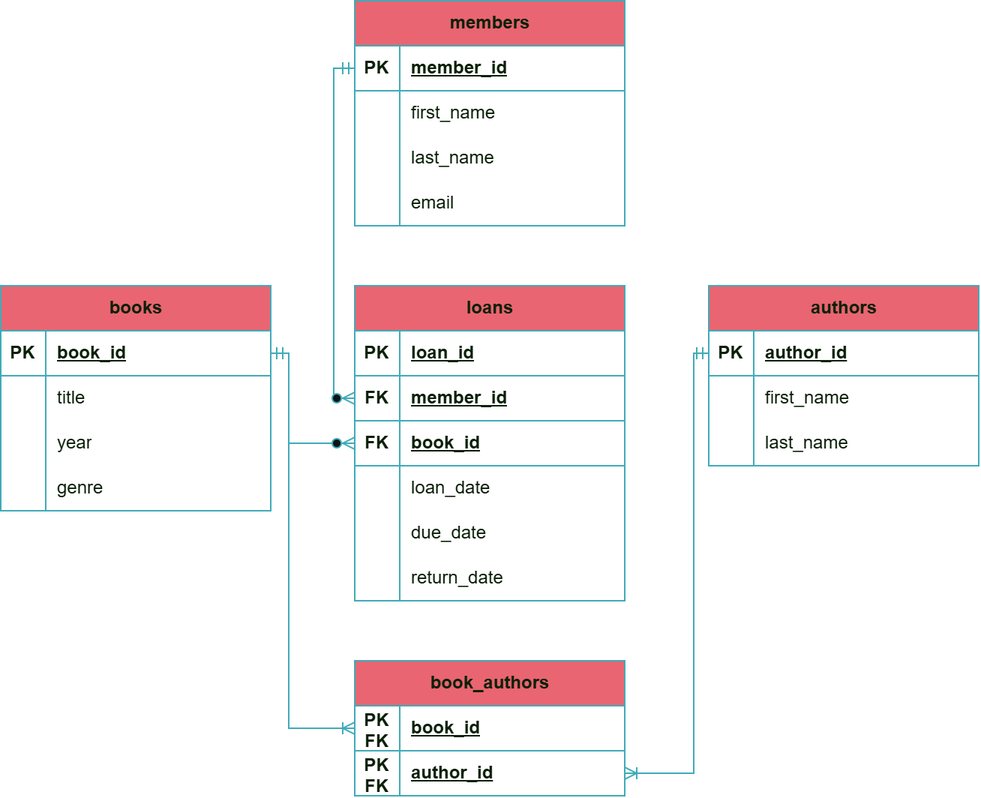
The draw.io diagram docs/er-diagram.png in gmoraleslondono/book-club-library, before a commit. Source tidied: cells renumbered, new cells last; positions are measured from the earlier drawing's top-left corner, leaving out a move shared by most shapes.
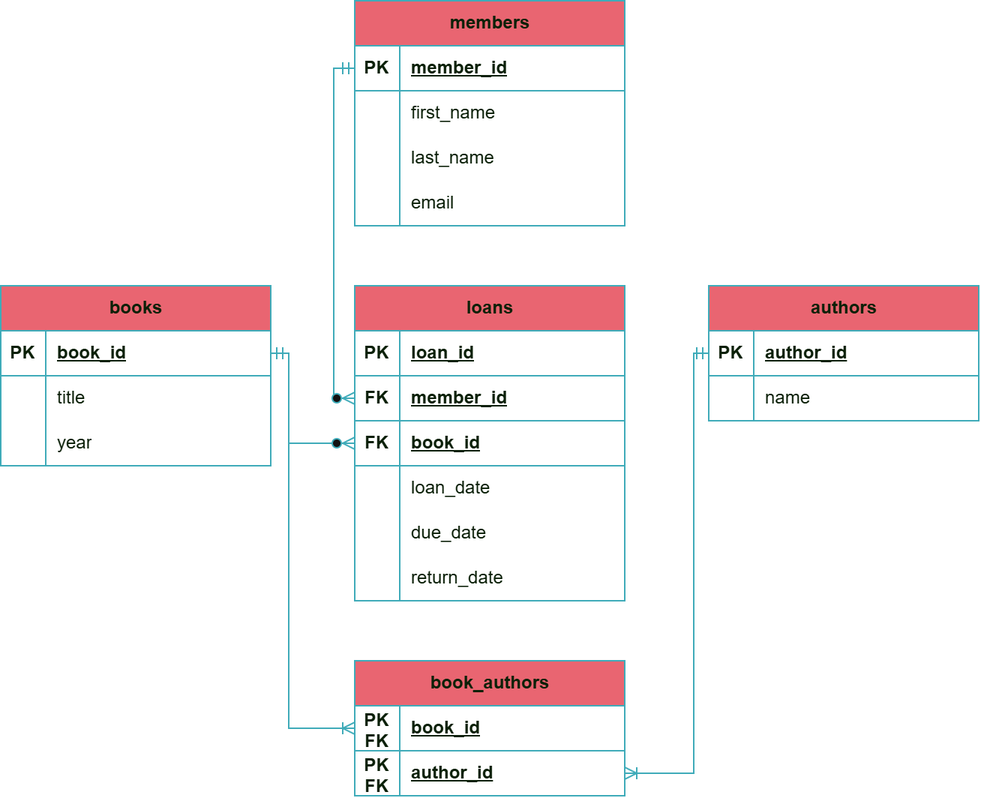
After the change.

Commit message:
Remove genre from books, merge author first_name and last_name into name in schema, seed and ER diagram

Diff of the diagram source:
```diff
@@ -3,7 +3,7 @@
     <mxCell id="0" />
     <mxCell id="1" parent="0" />
     <mxCell id="2" value="books" style="shape=table;startSize=30;rowLines=0;fontStyle=1;align=center;html=1;labelBackgroundColor=none;fillColor=#F45B69;strokeColor=#028090;fontColor=#E4FDE1;" parent="1" vertex="1">
-      <mxGeometry y="190" width="180" height="150" as="geometry" />
+      <mxGeometry y="190" width="180" height="120" as="geometry" />
     </mxCell>
     <mxCell id="3" style="shape=tableRow;horizontal=0;startSize=0;swimlaneHead=0;swimlaneBody=0;fillColor=none;points=[[0,0.5],[1,0.5]];portConstraint=eastwest;top=0;left=0;right=0;bottom=1;labelBackgroundColor=none;strokeColor=#028090;fontColor=#E4FDE1;" parent="2" vertex="1">
       <mxGeometry y="30" width="180" height="30" as="geometry" />
@@ -32,15 +32,6 @@
     <mxCell id="11" value="year" style="shape=partialRectangle;fillColor=none;top=0;left=0;bottom=0;right=0;align=left;spacingLeft=6;overflow=hidden;whiteSpace=wrap;html=1;labelBackgroundColor=none;strokeColor=#028090;fontColor=#E4FDE1;" parent="9" vertex="1">
       <mxGeometry x="30" width="150" height="30" as="geometry" />
     </mxCell>
-    <mxCell id="12" style="shape=tableRow;horizontal=0;startSize=0;swimlaneHead=0;swimlaneBody=0;fillColor=none;top=0;left=0;right=0;bottom=0;labelBackgroundColor=none;strokeColor=#028090;fontColor=#E4FDE1;" parent="2" vertex="1">
-      <mxGeometry y="120" width="180" height="30" as="geometry" />
-    </mxCell>
-    <mxCell id="13" style="shape=partialRectangle;fillColor=none;top=0;left=0;bottom=0;right=0;overflow=hidden;whiteSpace=wrap;html=1;labelBackgroundColor=none;strokeColor=#028090;fontColor=#E4FDE1;" parent="12" vertex="1">
-      <mxGeometry width="30" height="30" as="geometry" />
-    </mxCell>
-    <mxCell id="14" value="genre" style="shape=partialRectangle;fillColor=none;top=0;left=0;bottom=0;right=0;align=left;spacingLeft=6;overflow=hidden;whiteSpace=wrap;html=1;labelBackgroundColor=none;strokeColor=#028090;fontColor=#E4FDE1;" parent="12" vertex="1">
-      <mxGeometry x="30" width="150" height="30" as="geometry" />
-    </mxCell>
     <mxCell id="15" value="members" style="shape=table;startSize=30;rowLines=0;fontStyle=1;align=center;html=1;labelBackgroundColor=none;fillColor=#F45B69;strokeColor=#028090;fontColor=#E4FDE1;" parent="1" vertex="1">
       <mxGeometry x="236" width="180" height="150" as="geometry" />
     </mxCell>
@@ -159,7 +150,7 @@
       <mxGeometry x="30" width="150" height="30" as="geometry" />
     </mxCell>
     <mxCell id="54" value="authors" style="shape=table;startSize=30;rowLines=0;fontStyle=1;align=center;html=1;labelBackgroundColor=none;fillColor=#F45B69;strokeColor=#028090;fontColor=#E4FDE1;" parent="1" vertex="1">
-      <mxGeometry x="472" y="190" width="180" height="120" as="geometry" />
+      <mxGeometry x="472" y="190" width="180" height="90" as="geometry" />
     </mxCell>
     <mxCell id="55" style="shape=tableRow;horizontal=0;startSize=0;swimlaneHead=0;swimlaneBody=0;fillColor=none;points=[[0,0.5],[1,0.5]];portConstraint=eastwest;top=0;left=0;right=0;bottom=1;labelBackgroundColor=none;strokeColor=#028090;fontColor=#E4FDE1;" parent="54" vertex="1">
       <mxGeometry y="30" width="180" height="30" as="geometry" />
@@ -176,18 +167,9 @@
     <mxCell id="59" style="shape=partialRectangle;fillColor=none;top=0;left=0;bottom=0;right=0;overflow=hidden;whiteSpace=wrap;html=1;labelBackgroundColor=none;strokeColor=#028090;fontColor=#E4FDE1;" parent="58" vertex="1">
       <mxGeometry width="30" height="30" as="geometry" />
     </mxCell>
-    <mxCell id="60" value="first_name" style="shape=partialRectangle;fillColor=none;top=0;left=0;bottom=0;right=0;align=left;spacingLeft=6;overflow=hidden;whiteSpace=wrap;html=1;labelBackgroundColor=none;strokeColor=#028090;fontColor=#E4FDE1;" parent="58" vertex="1">
+    <mxCell id="60" value="name" style="shape=partialRectangle;fillColor=none;top=0;left=0;bottom=0;right=0;align=left;spacingLeft=6;overflow=hidden;whiteSpace=wrap;html=1;labelBackgroundColor=none;strokeColor=#028090;fontColor=#E4FDE1;" parent="58" vertex="1">
       <mxGeometry x="30" width="150" height="30" as="geometry" />
     </mxCell>
-    <mxCell id="61" style="shape=tableRow;horizontal=0;startSize=0;swimlaneHead=0;swimlaneBody=0;fillColor=none;top=0;left=0;right=0;bottom=0;labelBackgroundColor=none;strokeColor=#028090;fontColor=#E4FDE1;" parent="54" vertex="1">
-      <mxGeometry y="90" width="180" height="30" as="geometry" />
-    </mxCell>
-    <mxCell id="62" style="shape=partialRectangle;fillColor=none;top=0;left=0;bottom=0;right=0;overflow=hidden;whiteSpace=wrap;html=1;labelBackgroundColor=none;strokeColor=#028090;fontColor=#E4FDE1;" parent="61" vertex="1">
-      <mxGeometry width="30" height="30" as="geometry" />
-    </mxCell>
-    <mxCell id="63" value="last_name" style="shape=partialRectangle;fillColor=none;top=0;left=0;bottom=0;right=0;align=left;spacingLeft=6;overflow=hidden;whiteSpace=wrap;html=1;labelBackgroundColor=none;strokeColor=#028090;fontColor=#E4FDE1;" parent="61" vertex="1">
-      <mxGeometry x="30" width="150" height="30" as="geometry" />
-    </mxCell>
     <mxCell id="64" style="fontSize=12;html=1;endArrow=ERoneToMany;startArrow=ERmandOne;rounded=0;defaultLabelBackgroundColor=page;entryX=0;entryY=0.5;entryDx=0;entryDy=0;exitX=1;exitY=0.5;exitDx=0;exitDy=0;edgeStyle=orthogonalEdgeStyle;labelBackgroundColor=none;fontColor=default;strokeColor=#028090;" parent="1" edge="1" source="3" target="48">
       <mxGeometry relative="1" as="geometry">
         <Array as="points">
```
